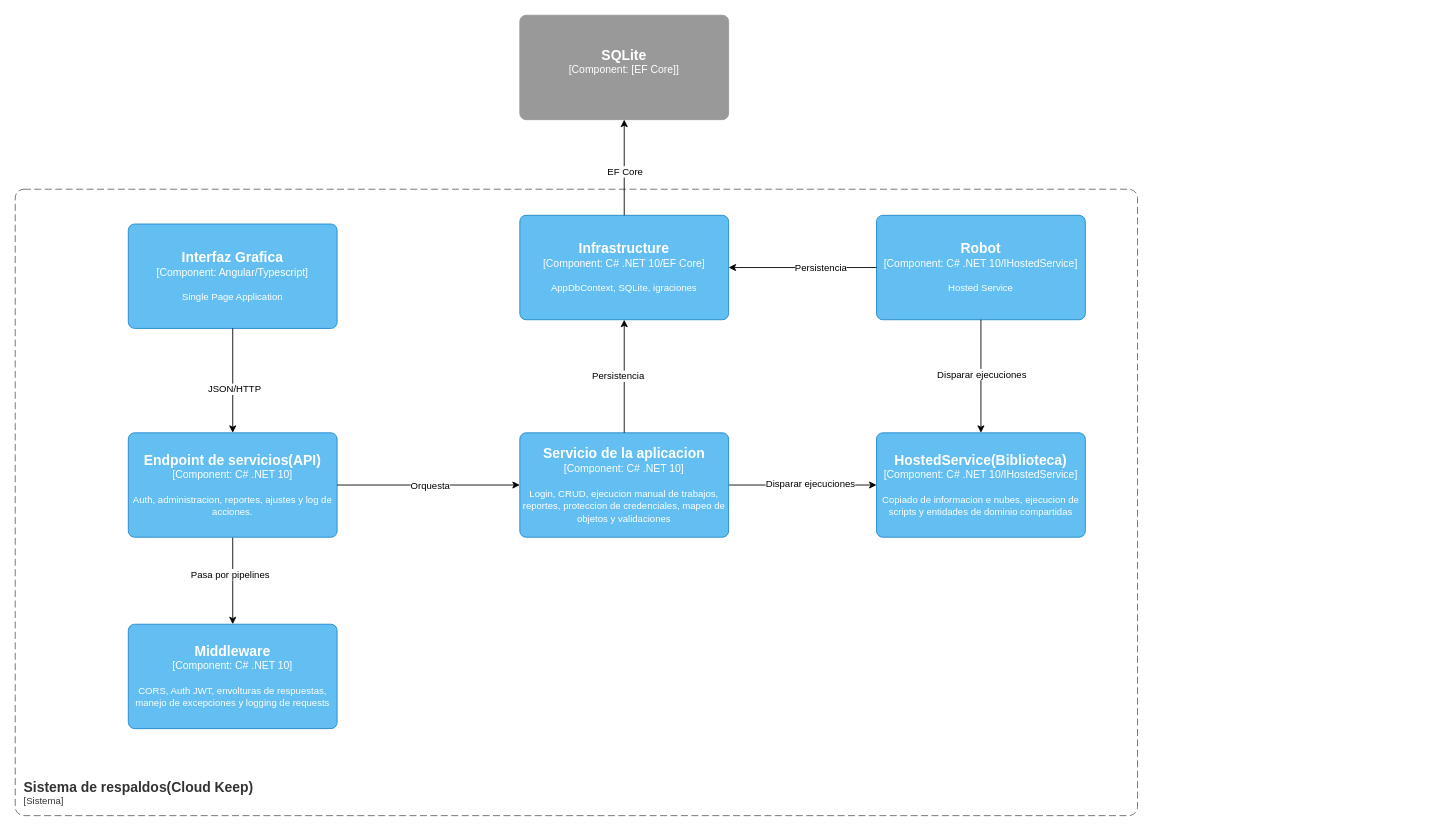
Above: page "Componentes" (1 of 4) of Diagrama_c4.drawio in italoAGuevara/ProyectoDeGrado (draw.io), before the change. Source tidied: cells renumbered, new cells numbered last; positions are measured from the earlier drawing's top-left corner, leaving out a move shared by most shapes. Both pictures are drawn from the tidied source at 87%, with x=0, y=0 at pixel (15, 15).
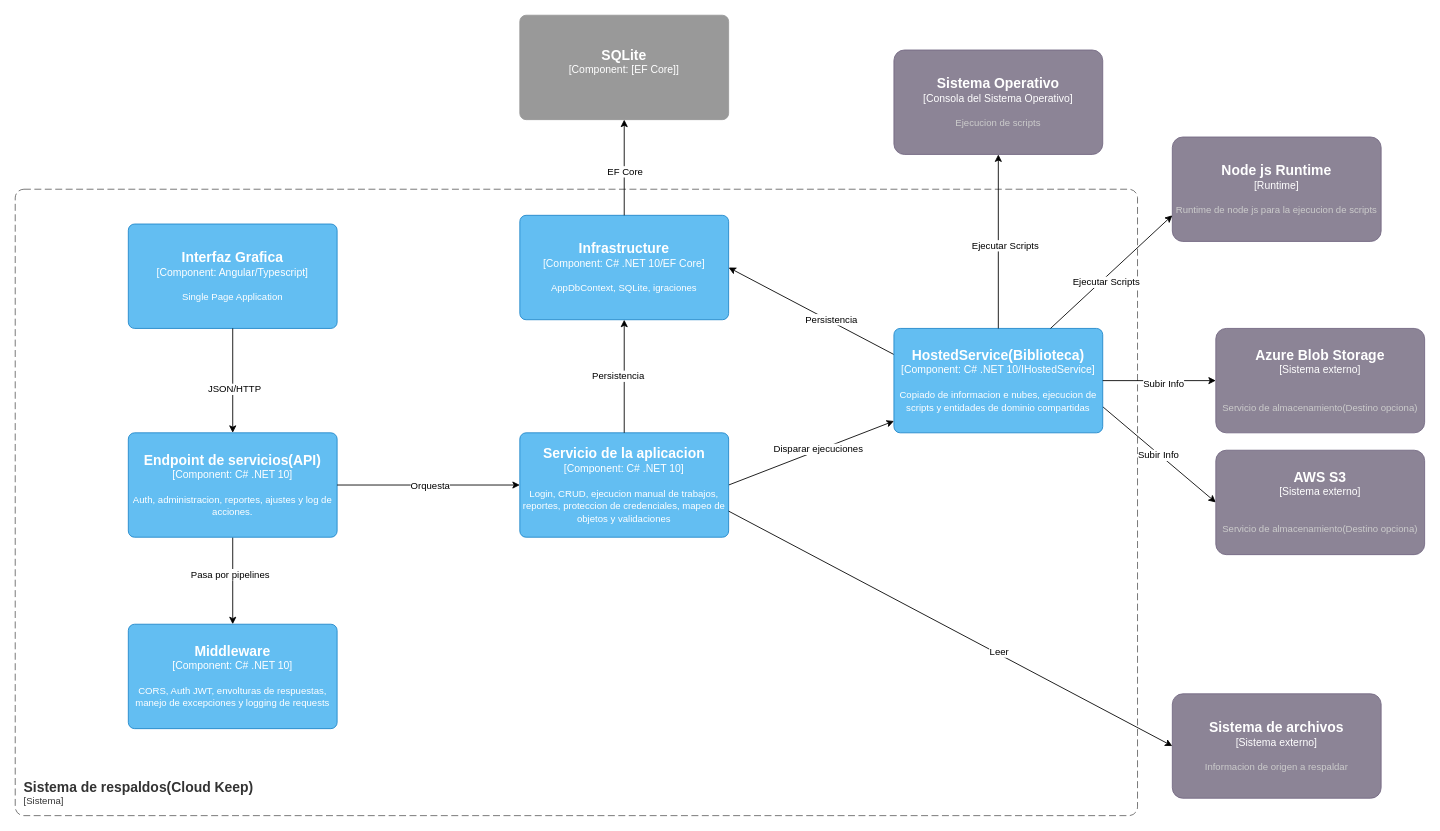
After the change.

Unchanged cells that the change refers to:
```xml
<object id="12" label="&lt;font style=&quot;font-size: 16px&quot;&gt;&lt;b&gt;%c4Name%&lt;/b&gt;&lt;/font&gt;&lt;div&gt;[%c4Type%: %c4Technology%]&lt;/div&gt;&lt;br&gt;&lt;div&gt;&lt;font style=&quot;font-size: 11px&quot;&gt;%c4Description%&lt;/font&gt;&lt;/div&gt;" c4Description="AppDbContext, SQLite, igraciones" c4Name="Infrastructure" c4Technology="C# .NET 10/EF Core" c4Type="Component" placeholders="1">
  <mxCell style="rounded=1;whiteSpace=wrap;html=1;labelBackgroundColor=none;fillColor=#63BEF2;fontColor=#ffffff;align=center;arcSize=6;strokeColor=#2086C9;points=[[0.25,0,0],[0.5,0,0],[0.75,0,0],[1,0.25,0],[1,0.5,0],[1,0.75,0],[0.75,1,0],[0.5,1,0],[0.25,1,0],[0,0.75,0],[0,0.5,0],[0,0.25,0]];" parent="1" vertex="1">
    <mxGeometry x="580" y="230" width="240" height="120" as="geometry" />
  </mxCell>
</object>
<object id="22" label="&lt;font style=&quot;font-size: 16px&quot;&gt;&lt;b&gt;%c4Name%&lt;/b&gt;&lt;/font&gt;&lt;div&gt;[%c4Type%: %c4Technology%]&lt;/div&gt;&lt;br&gt;&lt;div&gt;&lt;font style=&quot;font-size: 11px&quot;&gt;%c4Description%&lt;/font&gt;&lt;/div&gt;" c4Description="Login, CRUD, ejecucion manual de trabajos, reportes, proteccion de credenciales, mapeo de objetos y validaciones" c4Name="Servicio de la aplicacion" c4Technology="C# .NET 10" c4Type="Component" placeholders="1">
  <mxCell style="rounded=1;whiteSpace=wrap;html=1;labelBackgroundColor=none;fillColor=#63BEF2;fontColor=#ffffff;align=center;arcSize=6;strokeColor=#2086C9;points=[[0.25,0,0],[0.5,0,0],[0.75,0,0],[1,0.25,0],[1,0.5,0],[1,0.75,0],[0.75,1,0],[0.5,1,0],[0.25,1,0],[0,0.75,0],[0,0.5,0],[0,0.25,0]];" parent="1" vertex="1">
    <mxGeometry x="580" y="480" width="240" height="120" as="geometry" />
  </mxCell>
</object>
```

Change to the diagram source:
```diff
@@
-    <object id="5" label="&lt;font style=&quot;font-size: 16px&quot;&gt;&lt;b&gt;%c4Name%&lt;/b&gt;&lt;/font&gt;&lt;div&gt;[%c4Type%: %c4Technology%]&lt;/div&gt;&lt;br&gt;&lt;div&gt;&lt;font style=&quot;font-size: 11px&quot;&gt;%c4Description%&lt;/font&gt;&lt;/div&gt;" c4Description="Hosted Service" c4Name="Robot" c4Technology="C# .NET 10/IHostedService" c4Type="Component" placeholders="1">
-      <mxCell style="rounded=1;whiteSpace=wrap;html=1;labelBackgroundColor=none;fillColor=#63BEF2;fontColor=#ffffff;align=center;arcSize=6;strokeColor=#2086C9;points=[[0.25,0,0],[0.5,0,0],[0.75,0,0],[1,0.25,0],[1,0.5,0],[1,0.75,0],[0.75,1,0],[0.5,1,0],[0.25,1,0],[0,0.75,0],[0,0.5,0],[0,0.25,0]];" parent="1" vertex="1">
-        <mxGeometry x="990" y="230" width="240" height="120" as="geometry" />
-      </mxCell>
-    </object>
@@
-    <mxCell id="15" style="edgeStyle=none;html=1;exitX=0;exitY=0.5;exitDx=0;exitDy=0;exitPerimeter=0;entryX=1;entryY=0.5;entryDx=0;entryDy=0;entryPerimeter=0;" parent="1" edge="1" source="5" target="12">
+    <mxCell id="15" style="edgeStyle=none;html=1;exitX=0;exitY=0.25;exitDx=0;exitDy=0;exitPerimeter=0;entryX=1;entryY=0.5;entryDx=0;entryDy=0;entryPerimeter=0;" parent="1" edge="1" source="17" target="12">
       <mxGeometry relative="1" as="geometry" />
     </mxCell>
@@
+    <mxCell id="27" style="edgeStyle=none;html=1;exitX=1;exitY=0.75;exitDx=0;exitDy=0;exitPerimeter=0;entryX=0;entryY=0.5;entryDx=0;entryDy=0;entryPerimeter=0;" parent="1" edge="1" source="17" target="30">
+      <mxGeometry relative="1" as="geometry" />
+    </mxCell>
+    <mxCell id="28" value="Subir Info" style="edgeLabel;html=1;align=center;verticalAlign=middle;" parent="27" vertex="1">
+      <mxGeometry x="-0.01" y="-1" relative="1" as="geometry" />
+    </mxCell>
     <object id="17" label="&lt;font style=&quot;font-size: 16px&quot;&gt;&lt;b&gt;%c4Name%&lt;/b&gt;&lt;/font&gt;&lt;div&gt;[%c4Type%: %c4Technology%]&lt;/div&gt;&lt;br&gt;&lt;div&gt;&lt;font style=&quot;font-size: 11px&quot;&gt;%c4Description%&lt;/font&gt;&lt;/div&gt;" c4Description="Copiado de informacion e  nubes, ejecucion de scripts y entidades de dominio compartidas" c4Name="HostedService(Biblioteca)" c4Technology="C# .NET 10/IHostedService" c4Type="Component" placeholders="1">
       <mxCell style="rounded=1;whiteSpace=wrap;html=1;labelBackgroundColor=none;fillColor=#63BEF2;fontColor=#ffffff;align=center;arcSize=6;strokeColor=#2086C9;points=[[0.25,0,0],[0.5,0,0],[0.75,0,0],[1,0.25,0],[1,0.5,0],[1,0.75,0],[0.75,1,0],[0.5,1,0],[0.25,1,0],[0,0.75,0],[0,0.5,0],[0,0.25,0]];" parent="1" vertex="1">
-        <mxGeometry x="990" y="480" width="240" height="120" as="geometry" />
+        <mxGeometry x="1010" y="360" width="240" height="120" as="geometry" />
       </mxCell>
     </object>
-    <mxCell id="18" style="edgeStyle=none;html=1;entryX=0.5;entryY=0;entryDx=0;entryDy=0;entryPerimeter=0;" parent="1" edge="1" source="5" target="17">
-      <mxGeometry relative="1" as="geometry" />
-    </mxCell>
-    <mxCell id="19" value="&lt;span style=&quot;color: rgb(0, 0, 0);&quot;&gt;Disparar ejecuciones&lt;/span&gt;" style="edgeLabel;html=1;align=center;verticalAlign=middle;" parent="18" vertex="1">
-      <mxGeometry x="0.17" y="1" relative="1" as="geometry">
-        <mxPoint x="-1" y="-14" as="offset" />
-      </mxGeometry>
-    </mxCell>
-    <mxCell id="20" style="edgeStyle=none;html=1;exitX=1;exitY=0.5;exitDx=0;exitDy=0;exitPerimeter=0;entryX=0;entryY=0.5;entryDx=0;entryDy=0;entryPerimeter=0;" parent="1" edge="1" source="22" target="17">
+    <mxCell id="20" style="edgeStyle=none;html=1;exitX=1;exitY=0.5;exitDx=0;exitDy=0;exitPerimeter=0;" parent="1" edge="1" source="22" target="17">
       <mxGeometry relative="1" as="geometry" />
     </mxCell>
@@
+    <object id="29" label="&lt;font style=&quot;font-size: 16px&quot;&gt;&lt;b&gt;%c4Name%&lt;/b&gt;&lt;/font&gt;&lt;div&gt;[%c4Type%]&lt;/div&gt;&lt;br&gt;&lt;div&gt;&lt;font style=&quot;font-size: 11px&quot;&gt;&lt;font color=&quot;#cccccc&quot;&gt;%c4Description%&lt;/font&gt;&lt;/div&gt;" c4Description="Informacion de origen a respaldar" c4Name="Sistema de archivos" c4Type="Sistema externo" placeholders="1">
+      <mxCell style="rounded=1;whiteSpace=wrap;html=1;labelBackgroundColor=none;fillColor=#8C8496;fontColor=#ffffff;align=center;arcSize=10;strokeColor=#736782;points=[[0.25,0,0],[0.5,0,0],[0.75,0,0],[1,0.25,0],[1,0.5,0],[1,0.75,0],[0.75,1,0],[0.5,1,0],[0.25,1,0],[0,0.75,0],[0,0.5,0],[0,0.25,0]];" parent="1" vertex="1">
+        <mxGeometry x="1330" y="780" width="240" height="120" as="geometry" />
+      </mxCell>
+    </object>
+    <object id="30" label="&lt;font style=&quot;font-size: 16px&quot;&gt;&lt;b&gt;%c4Name%&lt;/b&gt;&lt;/font&gt;&lt;div&gt;[%c4Type%]&lt;/div&gt;&lt;br&gt;&lt;div&gt;&lt;font style=&quot;font-size: 11px&quot;&gt;&lt;font color=&quot;#cccccc&quot;&gt;%c4Description%&lt;/font&gt;&lt;/div&gt;" c4Description="&#10;Servicio de almacenamiento(Destino opciona)" c4Name="AWS S3" c4Type="Sistema externo" placeholders="1">
+      <mxCell style="rounded=1;whiteSpace=wrap;html=1;labelBackgroundColor=none;fillColor=#8C8496;fontColor=#ffffff;align=center;arcSize=10;strokeColor=#736782;points=[[0.25,0,0],[0.5,0,0],[0.75,0,0],[1,0.25,0],[1,0.5,0],[1,0.75,0],[0.75,1,0],[0.5,1,0],[0.25,1,0],[0,0.75,0],[0,0.5,0],[0,0.25,0]];" parent="1" vertex="1">
+        <mxGeometry x="1380" y="500" width="240" height="120" as="geometry" />
+      </mxCell>
+    </object>
+    <object id="31" label="&lt;font style=&quot;font-size: 16px&quot;&gt;&lt;b&gt;%c4Name%&lt;/b&gt;&lt;/font&gt;&lt;div&gt;[%c4Type%]&lt;/div&gt;&lt;br&gt;&lt;div&gt;&lt;font style=&quot;font-size: 11px&quot;&gt;&lt;font color=&quot;#cccccc&quot;&gt;%c4Description%&lt;/font&gt;&lt;/div&gt;" c4Description="&#10;Servicio de almacenamiento(Destino opciona)" c4Name="Azure Blob Storage" c4Type="Sistema externo" placeholders="1">
+      <mxCell style="rounded=1;whiteSpace=wrap;html=1;labelBackgroundColor=none;fillColor=#8C8496;fontColor=#ffffff;align=center;arcSize=10;strokeColor=#736782;points=[[0.25,0,0],[0.5,0,0],[0.75,0,0],[1,0.25,0],[1,0.5,0],[1,0.75,0],[0.75,1,0],[0.5,1,0],[0.25,1,0],[0,0.75,0],[0,0.5,0],[0,0.25,0]];" parent="1" vertex="1">
+        <mxGeometry x="1380" y="360" width="240" height="120" as="geometry" />
+      </mxCell>
+    </object>
+    <object id="32" label="&lt;font style=&quot;font-size: 16px&quot;&gt;&lt;b&gt;%c4Name%&lt;/b&gt;&lt;/font&gt;&lt;div&gt;[%c4Type%]&lt;/div&gt;&lt;br&gt;&lt;div&gt;&lt;font style=&quot;font-size: 11px&quot;&gt;&lt;font color=&quot;#cccccc&quot;&gt;%c4Description%&lt;/font&gt;&lt;/div&gt;" c4Description="Ejecucion de scripts" c4Name="Sistema Operativo" c4Type="Consola del Sistema Operativo" placeholders="1">
+      <mxCell style="rounded=1;whiteSpace=wrap;html=1;labelBackgroundColor=none;fillColor=#8C8496;fontColor=#ffffff;align=center;arcSize=10;strokeColor=#736782;points=[[0.25,0,0],[0.5,0,0],[0.75,0,0],[1,0.25,0],[1,0.5,0],[1,0.75,0],[0.75,1,0],[0.5,1,0],[0.25,1,0],[0,0.75,0],[0,0.5,0],[0,0.25,0]];" parent="1" vertex="1">
+        <mxGeometry x="1010" y="40" width="240" height="120" as="geometry" />
+      </mxCell>
+    </object>
+    <object id="33" label="&lt;font style=&quot;font-size: 16px&quot;&gt;&lt;b&gt;%c4Name%&lt;/b&gt;&lt;/font&gt;&lt;div&gt;[%c4Type%]&lt;/div&gt;&lt;br&gt;&lt;div&gt;&lt;font style=&quot;font-size: 11px&quot;&gt;&lt;font color=&quot;#cccccc&quot;&gt;%c4Description%&lt;/font&gt;&lt;/div&gt;" c4Description="Runtime de node js para la ejecucion de scripts" c4Name="Node js Runtime" c4Type="Runtime" placeholders="1">
+      <mxCell style="rounded=1;whiteSpace=wrap;html=1;labelBackgroundColor=none;fillColor=#8C8496;fontColor=#ffffff;align=center;arcSize=10;strokeColor=#736782;points=[[0.25,0,0],[0.5,0,0],[0.75,0,0],[1,0.25,0],[1,0.5,0],[1,0.75,0],[0.75,1,0],[0.5,1,0],[0.25,1,0],[0,0.75,0],[0,0.5,0],[0,0.25,0]];" parent="1" vertex="1">
+        <mxGeometry x="1330" y="140" width="240" height="120" as="geometry" />
+      </mxCell>
+    </object>
+    <mxCell id="34" style="edgeStyle=none;html=1;exitX=1;exitY=0.5;exitDx=0;exitDy=0;exitPerimeter=0;entryX=0;entryY=0.5;entryDx=0;entryDy=0;entryPerimeter=0;" parent="1" edge="1" source="17" target="31">
+      <mxGeometry relative="1" as="geometry" />
+    </mxCell>
+    <mxCell id="35" value="Subir Info" style="edgeLabel;html=1;align=center;verticalAlign=middle;" parent="34" vertex="1">
+      <mxGeometry x="0.06" y="-3" relative="1" as="geometry" />
+    </mxCell>
+    <mxCell id="36" style="edgeStyle=none;html=1;exitX=0.75;exitY=0;exitDx=0;exitDy=0;exitPerimeter=0;entryX=0;entryY=0.75;entryDx=0;entryDy=0;entryPerimeter=0;" parent="1" edge="1" source="17" target="33">
+      <mxGeometry relative="1" as="geometry" />
+    </mxCell>
+    <mxCell id="37" value="Ejecutar Scripts" style="edgeLabel;html=1;align=center;verticalAlign=middle;" parent="36" vertex="1">
+      <mxGeometry x="-0.13" y="-4" relative="1" as="geometry" />
+    </mxCell>
+    <mxCell id="38" style="edgeStyle=none;html=1;exitX=0.5;exitY=0;exitDx=0;exitDy=0;exitPerimeter=0;entryX=0.5;entryY=1;entryDx=0;entryDy=0;entryPerimeter=0;" parent="1" edge="1" source="17" target="32">
+      <mxGeometry relative="1" as="geometry" />
+    </mxCell>
+    <mxCell id="39" value="Ejecutar Scripts" style="edgeLabel;html=1;align=center;verticalAlign=middle;" parent="38" vertex="1">
+      <mxGeometry x="-0.05" y="-7" relative="1" as="geometry">
+        <mxPoint y="-1" as="offset" />
+      </mxGeometry>
+    </mxCell>
+    <mxCell id="40" style="edgeStyle=none;html=1;exitX=1;exitY=0.75;exitDx=0;exitDy=0;exitPerimeter=0;entryX=0;entryY=0.5;entryDx=0;entryDy=0;entryPerimeter=0;" parent="1" edge="1" source="22" target="29">
+      <mxGeometry relative="1" as="geometry" />
+    </mxCell>
+    <mxCell id="41" value="Leer" style="edgeLabel;html=1;align=center;verticalAlign=middle;" parent="40" vertex="1">
+      <mxGeometry x="0.21" y="2" relative="1" as="geometry">
+        <mxPoint x="1" as="offset" />
+      </mxGeometry>
+    </mxCell>
```
